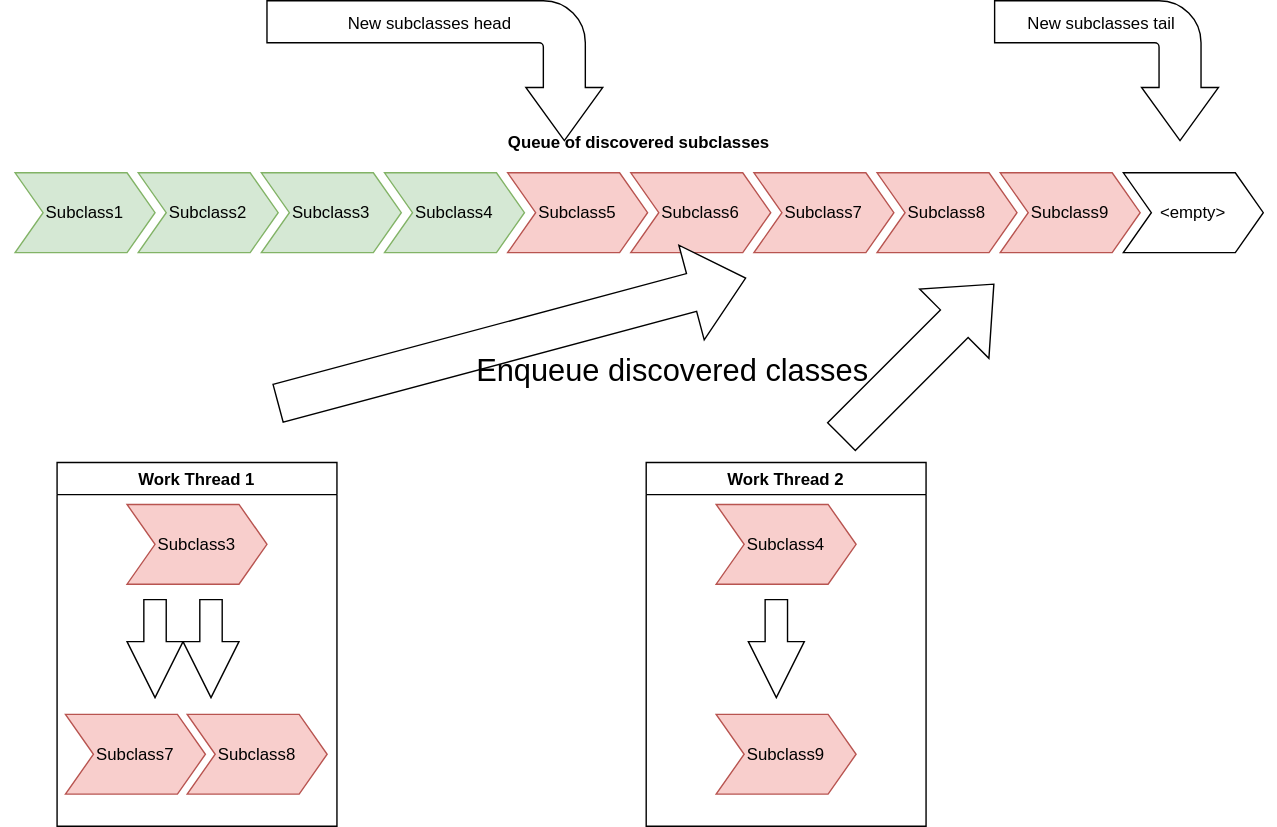
cdracm/cdracm.github.io keeps this draw.io diagram as assets/anim/concCollectionStep5.drawio.svg. Above is the earlier version. Source tidied: cells renumbered, new cells last; positions are measured from the earlier drawing's top-left corner, leaving out a move shared by most shapes.
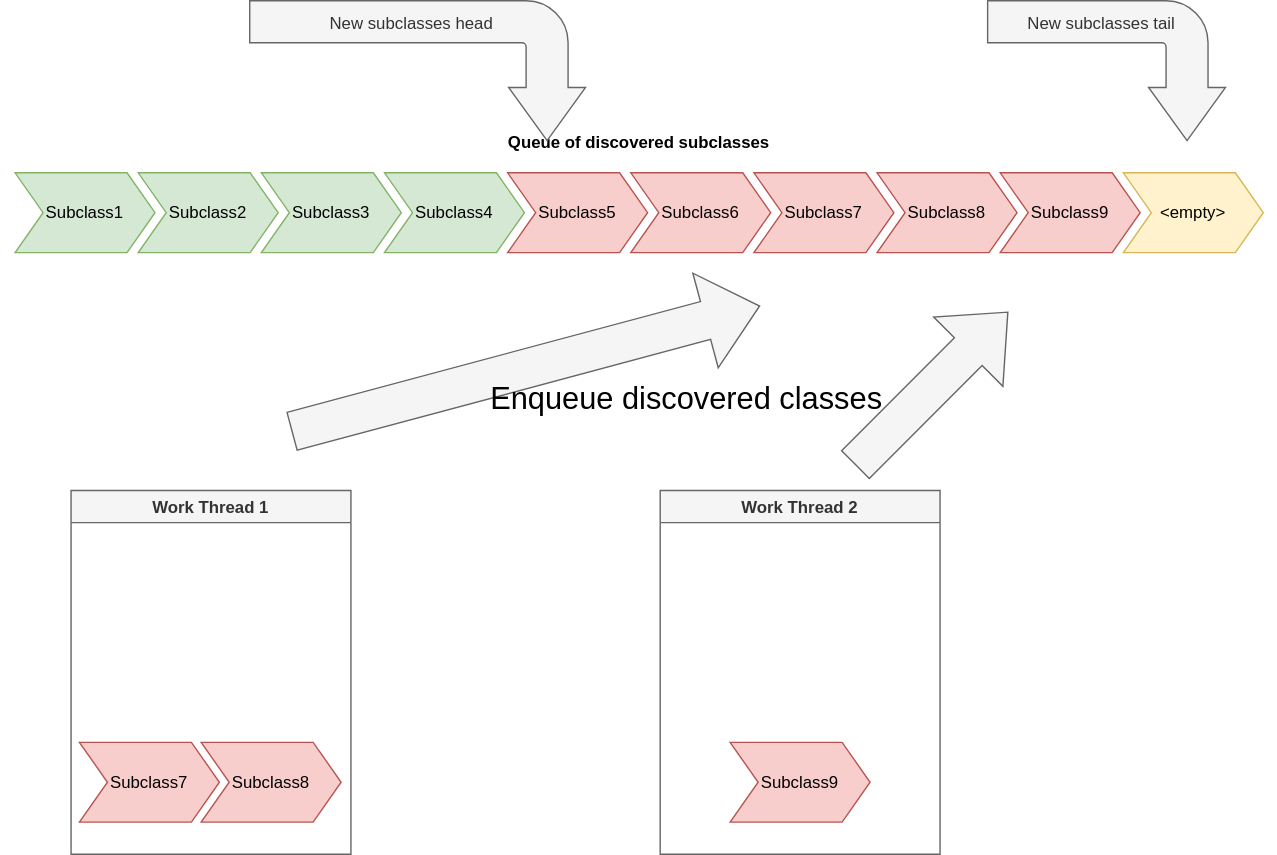
Above is the later version.

What changed in the source:
```diff
@@ -2,83 +2,68 @@
   <root>
     <mxCell id="0" />
     <mxCell id="1" parent="0" />
+    <mxCell id="15" value="Work Thread 1" style="swimlane;labelBackgroundColor=none;swimlaneFillColor=none;fillColor=#f5f5f5;fontColor=#333333;strokeColor=#666666;" parent="1" vertex="1">
+      <mxGeometry x="40" y="400" width="200" height="260" as="geometry" />
+    </mxCell>
+    <mxCell id="21" value="Work Thread 2" style="swimlane;labelBackgroundColor=none;fillColor=#f5f5f5;fontColor=#333333;strokeColor=#666666;" parent="1" vertex="1">
+      <mxGeometry x="461" y="400" width="200" height="260" as="geometry" />
+    </mxCell>
+    <mxCell id="28" value="Subclass7" style="shape=step;perimeter=stepPerimeter;fixedSize=1;whiteSpace=wrap;html=1;fillColor=#f8cecc;strokeColor=#b85450;" parent="1" vertex="1">
+      <mxGeometry x="46" y="580" width="100" height="57" as="geometry" />
+    </mxCell>
+    <mxCell id="29" value="Subclass8" style="shape=step;perimeter=stepPerimeter;fixedSize=1;whiteSpace=wrap;html=1;fillColor=#f8cecc;strokeColor=#b85450;" parent="1" vertex="1">
+      <mxGeometry x="133" y="580" width="100" height="57" as="geometry" />
+    </mxCell>
+    <mxCell id="30" value="Subclass9" style="shape=step;perimeter=stepPerimeter;fixedSize=1;whiteSpace=wrap;html=1;fillColor=#f8cecc;strokeColor=#b85450;" parent="1" vertex="1">
+      <mxGeometry x="511" y="580" width="100" height="57" as="geometry" />
+    </mxCell>
+    <mxCell id="31" style="html=1;shadow=0;dashed=0;align=center;verticalAlign=middle;shape=mxgraph.arrows2.arrow;dy=0.6;dx=40;direction=north;notch=0;rotation=75;fillColor=#f5f5f5;fontColor=#333333;strokeColor=#666666;" parent="1" vertex="1">
+      <mxGeometry x="330" y="140" width="70" height="345.9" as="geometry" />
+    </mxCell>
+    <mxCell id="32" style="html=1;shadow=0;dashed=0;align=center;verticalAlign=middle;shape=mxgraph.arrows2.arrow;dy=0.6;dx=40;direction=north;notch=0;rotation=45;fillColor=#f5f5f5;fontColor=#333333;strokeColor=#666666;" parent="1" vertex="1">
+      <mxGeometry x="620" y="250" width="70" height="154" as="geometry" />
+    </mxCell>
+    <mxCell id="27" value="Enqueue discovered classes" style="text;html=1;whiteSpace=wrap;strokeColor=none;fillColor=none;align=center;verticalAlign=middle;rounded=0;fontSize=22;" parent="1" vertex="1">
+      <mxGeometry x="330" y="320" width="300" height="30" as="geometry" />
+    </mxCell>
-    <mxCell id="2" value="Queue of discovered subclasses" style="swimlane;horizontal=1;fillColor=none;strokeColor=none;stackBorder=10;align=center;whiteSpace=wrap;html=1;" parent="1" vertex="1">
-      <mxGeometry y="160" width="912" height="100" as="geometry" />
+    <mxCell id="2" value="Queue of discovered subclasses" style="swimlane;horizontal=1;fillColor=none;strokeColor=none;stackBorder=10;align=center;whiteSpace=wrap;html=1;labelBackgroundColor=default;spacingBottom=0;labelPosition=center;verticalLabelPosition=middle;verticalAlign=middle;" parent="1" vertex="1">
+      <mxGeometry x="-10" y="140" width="912" height="100" as="geometry" />
     </mxCell>
-    <mxCell id="3" value="Subclass1" style="shape=step;perimeter=stepPerimeter;fixedSize=1;whiteSpace=wrap;html=1;fillColor=#d5e8d4;strokeColor=#82b366;" parent="2" vertex="1">
+    <mxCell id="3" value="Subclass1" style="shape=step;perimeter=stepPerimeter;fixedSize=1;whiteSpace=wrap;html=1;fillColor=#d5e8d4;strokeColor=#82b366;labelBackgroundColor=none;" parent="2" vertex="1">
       <mxGeometry x="10" y="33" width="100" height="57" as="geometry" />
     </mxCell>
-    <mxCell id="4" value="Subclass2" style="shape=step;perimeter=stepPerimeter;fixedSize=1;whiteSpace=wrap;html=1;fillColor=#d5e8d4;strokeColor=#82b366;" parent="2" vertex="1">
+    <mxCell id="4" value="Subclass2" style="shape=step;perimeter=stepPerimeter;fixedSize=1;whiteSpace=wrap;html=1;fillColor=#d5e8d4;strokeColor=#82b366;labelBackgroundColor=none;" parent="2" vertex="1">
       <mxGeometry x="98" y="33" width="100" height="57" as="geometry" />
     </mxCell>
-    <mxCell id="5" value="Subclass3" style="shape=step;perimeter=stepPerimeter;fixedSize=1;whiteSpace=wrap;html=1;fillColor=#d5e8d4;strokeColor=#82b366;" parent="2" vertex="1">
-      <mxGeometry x="186" y="33" width="100" height="57" as="geometry" />
-    </mxCell>
-    <mxCell id="6" value="Subclass4" style="shape=step;perimeter=stepPerimeter;fixedSize=1;whiteSpace=wrap;html=1;fillColor=#d5e8d4;strokeColor=#82b366;" parent="2" vertex="1">
-      <mxGeometry x="274" y="33" width="100" height="57" as="geometry" />
-    </mxCell>
+    <mxCell id="33" value="Subclass3" style="shape=step;perimeter=stepPerimeter;fixedSize=1;whiteSpace=wrap;html=1;fillColor=#d5e8d4;strokeColor=#82b366;labelBackgroundColor=none;" parent="2" vertex="1">
+      <mxGeometry x="186" y="33" width="100" height="57" as="geometry" />
+    </mxCell>
+    <mxCell id="34" value="Subclass4" style="shape=step;perimeter=stepPerimeter;fixedSize=1;whiteSpace=wrap;html=1;fillColor=#d5e8d4;strokeColor=#82b366;labelBackgroundColor=none;" parent="2" vertex="1">
+      <mxGeometry x="274" y="33" width="100" height="57" as="geometry" />
+    </mxCell>
-    <mxCell id="7" value="Subclass5" style="shape=step;perimeter=stepPerimeter;fixedSize=1;whiteSpace=wrap;html=1;fillColor=#f8cecc;strokeColor=#b85450;" parent="2" vertex="1">
+    <mxCell id="7" value="Subclass5" style="shape=step;perimeter=stepPerimeter;fixedSize=1;whiteSpace=wrap;html=1;fillColor=#f8cecc;strokeColor=#b85450;labelBackgroundColor=none;" parent="2" vertex="1">
       <mxGeometry x="362" y="33" width="100" height="57" as="geometry" />
     </mxCell>
-    <mxCell id="8" value="Subclass6" style="shape=step;perimeter=stepPerimeter;fixedSize=1;whiteSpace=wrap;html=1;fillColor=#f8cecc;strokeColor=#b85450;" parent="2" vertex="1">
+    <mxCell id="8" value="Subclass6" style="shape=step;perimeter=stepPerimeter;fixedSize=1;whiteSpace=wrap;html=1;fillColor=#f8cecc;strokeColor=#b85450;labelBackgroundColor=none;" parent="2" vertex="1">
       <mxGeometry x="450" y="33" width="100" height="57" as="geometry" />
     </mxCell>
-    <mxCell id="9" value="Subclass7" style="shape=step;perimeter=stepPerimeter;fixedSize=1;whiteSpace=wrap;html=1;fillColor=#f8cecc;strokeColor=#b85450;" parent="2" vertex="1">
-      <mxGeometry x="538" y="33" width="100" height="57" as="geometry" />
-    </mxCell>
-    <mxCell id="10" value="Subclass8" style="shape=step;perimeter=stepPerimeter;fixedSize=1;whiteSpace=wrap;html=1;fillColor=#f8cecc;strokeColor=#b85450;" parent="2" vertex="1">
-      <mxGeometry x="626" y="33" width="100" height="57" as="geometry" />
-    </mxCell>
-    <mxCell id="11" value="Subclass9" style="shape=step;perimeter=stepPerimeter;fixedSize=1;whiteSpace=wrap;html=1;fillColor=#f8cecc;strokeColor=#b85450;" parent="2" vertex="1">
-      <mxGeometry x="714" y="33" width="100" height="57" as="geometry" />
-    </mxCell>
+    <mxCell id="35" value="Subclass7" style="shape=step;perimeter=stepPerimeter;fixedSize=1;whiteSpace=wrap;html=1;labelBackgroundColor=none;convertToSvg=0;fillColor=#f8cecc;strokeColor=#b85450;" parent="2" vertex="1">
+      <mxGeometry x="538" y="33" width="100" height="57" as="geometry" />
+    </mxCell>
+    <mxCell id="36" value="Subclass8" style="shape=step;perimeter=stepPerimeter;fixedSize=1;whiteSpace=wrap;html=1;labelBackgroundColor=none;fillColor=#f8cecc;strokeColor=#b85450;" parent="2" vertex="1">
+      <mxGeometry x="626" y="33" width="100" height="57" as="geometry" />
+    </mxCell>
+    <mxCell id="37" value="Subclass9" style="shape=step;perimeter=stepPerimeter;fixedSize=1;whiteSpace=wrap;html=1;labelBackgroundColor=none;fillColor=#f8cecc;strokeColor=#b85450;" parent="2" vertex="1">
+      <mxGeometry x="714" y="33" width="100" height="57" as="geometry" />
+    </mxCell>
-    <mxCell id="12" value="&amp;lt;empty&amp;gt;" style="shape=step;perimeter=stepPerimeter;fixedSize=1;whiteSpace=wrap;html=1;" parent="2" vertex="1">
+    <mxCell id="12" value="&amp;lt;empty&amp;gt;" style="shape=step;perimeter=stepPerimeter;fixedSize=1;whiteSpace=wrap;html=1;labelBackgroundColor=none;fillColor=#fff2cc;strokeColor=#d6b656;" parent="2" vertex="1">
       <mxGeometry x="802" y="33" width="100" height="57" as="geometry" />
     </mxCell>
-    <mxCell id="13" value="New subclasses head" style="html=1;shadow=0;dashed=0;align=center;verticalAlign=middle;shape=mxgraph.arrows2.bendArrow;dy=15;dx=38;notch=0;arrowHead=55;rounded=1;rotation=90;horizontal=0;spacingRight=9;spacingBottom=66;" parent="1" vertex="1">
-      <mxGeometry x="260" width="100" height="240" as="geometry" />
+    <mxCell id="13" value="&lt;span&gt;New subclasses head&lt;/span&gt;" style="html=1;shadow=0;dashed=0;align=center;verticalAlign=middle;shape=mxgraph.arrows2.bendArrow;dy=15;dx=38;notch=0;arrowHead=55;rounded=1;rotation=90;horizontal=0;spacingRight=9;spacingBottom=66;labelBackgroundColor=none;fillStyle=solid;fillColor=#f5f5f5;fontColor=#333333;strokeColor=#666666;" parent="1" vertex="1">
+      <mxGeometry x="237.7" y="-20" width="100" height="240" as="geometry" />
     </mxCell>
-    <mxCell id="14" value="New subclasses tail" style="html=1;shadow=0;dashed=0;align=center;verticalAlign=middle;shape=mxgraph.arrows2.bendArrow;dy=15;dx=38;notch=0;arrowHead=55;rounded=1;rotation=90;horizontal=0;spacingRight=9;spacingBottom=66;flipH=0;flipV=0;" parent="1" vertex="1">
-      <mxGeometry x="740" y="40" width="100" height="160" as="geometry" />
+    <mxCell id="14" value="&lt;span&gt;New subclasses tail&lt;/span&gt;" style="html=1;shadow=0;dashed=0;align=center;verticalAlign=middle;shape=mxgraph.arrows2.bendArrow;dy=15;dx=38;notch=0;arrowHead=55;rounded=1;rotation=90;horizontal=0;spacingRight=9;spacingBottom=66;flipH=0;flipV=0;labelBackgroundColor=none;fillColor=#f5f5f5;fontColor=#333333;strokeColor=#666666;fillStyle=solid;" parent="1" vertex="1">
+      <mxGeometry x="730" y="15" width="100" height="170" as="geometry" />
     </mxCell>
-    <mxCell id="15" value="Work Thread 1" style="swimlane;" parent="1" vertex="1">
-      <mxGeometry x="40" y="400" width="200" height="260" as="geometry" />
-    </mxCell>
-    <mxCell id="16" value="Subclass3" style="shape=step;perimeter=stepPerimeter;fixedSize=1;whiteSpace=wrap;html=1;fillColor=#f8cecc;strokeColor=#b85450;" parent="15" vertex="1">
-      <mxGeometry x="50" y="30" width="100" height="57" as="geometry" />
-    </mxCell>
-    <mxCell id="17" style="html=1;shadow=0;dashed=0;align=center;verticalAlign=middle;shape=mxgraph.arrows2.arrow;dy=0.6;dx=40;direction=south;notch=0;" parent="15" vertex="1">
-      <mxGeometry x="50" y="98" width="40" height="70" as="geometry" />
-    </mxCell>
-    <mxCell id="18" style="html=1;shadow=0;dashed=0;align=center;verticalAlign=middle;shape=mxgraph.arrows2.arrow;dy=0.6;dx=40;direction=south;notch=0;" parent="15" vertex="1">
-      <mxGeometry x="90" y="98" width="40" height="70" as="geometry" />
-    </mxCell>
-    <mxCell id="19" value="Subclass7" style="shape=step;perimeter=stepPerimeter;fixedSize=1;whiteSpace=wrap;html=1;fillColor=#f8cecc;strokeColor=#b85450;" parent="15" vertex="1">
-      <mxGeometry x="6" y="180" width="100" height="57" as="geometry" />
-    </mxCell>
-    <mxCell id="20" value="Subclass8" style="shape=step;perimeter=stepPerimeter;fixedSize=1;whiteSpace=wrap;html=1;fillColor=#f8cecc;strokeColor=#b85450;" parent="15" vertex="1">
-      <mxGeometry x="93" y="180" width="100" height="57" as="geometry" />
-    </mxCell>
-    <mxCell id="21" value="Work Thread 2" style="swimlane;" parent="1" vertex="1">
-      <mxGeometry x="461" y="400" width="200" height="260" as="geometry" />
-    </mxCell>
-    <mxCell id="22" value="Subclass4" style="shape=step;perimeter=stepPerimeter;fixedSize=1;whiteSpace=wrap;html=1;fillColor=#f8cecc;strokeColor=#b85450;" parent="21" vertex="1">
-      <mxGeometry x="50" y="30" width="100" height="57" as="geometry" />
-    </mxCell>
-    <mxCell id="23" style="html=1;shadow=0;dashed=0;align=center;verticalAlign=middle;shape=mxgraph.arrows2.arrow;dy=0.6;dx=40;direction=south;notch=0;" parent="21" vertex="1">
-      <mxGeometry x="73" y="98" width="40" height="70" as="geometry" />
-    </mxCell>
-    <mxCell id="24" value="Subclass9" style="shape=step;perimeter=stepPerimeter;fixedSize=1;whiteSpace=wrap;html=1;fillColor=#f8cecc;strokeColor=#b85450;" parent="21" vertex="1">
-      <mxGeometry x="50" y="180" width="100" height="57" as="geometry" />
-    </mxCell>
-    <mxCell id="25" style="html=1;shadow=0;dashed=0;align=center;verticalAlign=middle;shape=mxgraph.arrows2.arrow;dy=0.6;dx=40;direction=north;notch=0;rotation=75;" parent="1" vertex="1">
-      <mxGeometry x="330" y="140" width="70" height="345.9" as="geometry" />
-    </mxCell>
-    <mxCell id="26" style="html=1;shadow=0;dashed=0;align=center;verticalAlign=middle;shape=mxgraph.arrows2.arrow;dy=0.6;dx=40;direction=north;notch=0;rotation=45;" parent="1" vertex="1">
-      <mxGeometry x="620" y="250" width="70" height="154" as="geometry" />
-    </mxCell>
-    <mxCell id="27" value="Enqueue discovered classes" style="text;html=1;whiteSpace=wrap;strokeColor=none;fillColor=none;align=center;verticalAlign=middle;rounded=0;fontSize=22;" parent="1" vertex="1">
-      <mxGeometry x="330" y="320" width="300" height="30" as="geometry" />
-    </mxCell>
   </root>
 </mxGraphModel>
```
